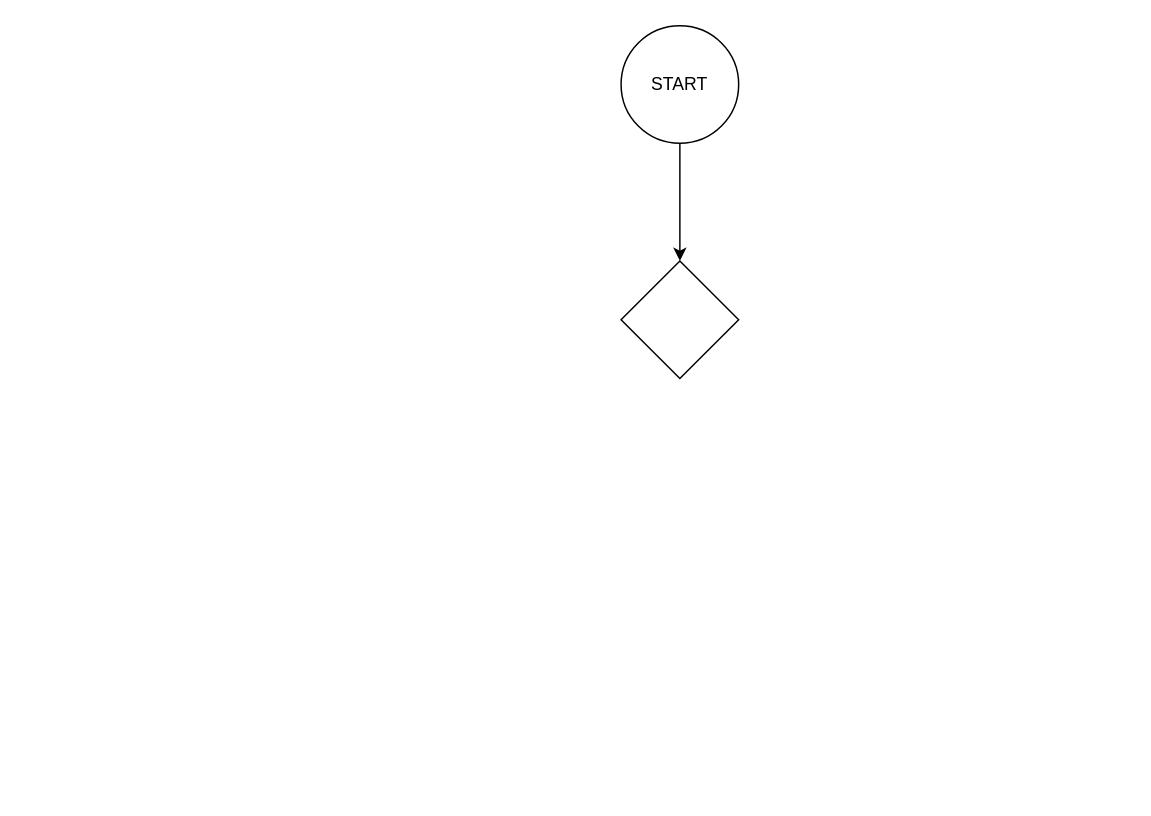
This is Assignments/Assignment02_Mastermind/Mastermind in JavaScript.drawio from pariniim/MAInD_Creative_Coding_Foundations_2025-26, a draw.io file, before an edit. Source tidied: cells renumbered, new cells numbered last; positions are measured from the earlier drawing's top-left corner, leaving out a move shared by most shapes. Both pictures are drawn from the tidied source at 147%, with x=0, y=0 at pixel (620, 25).
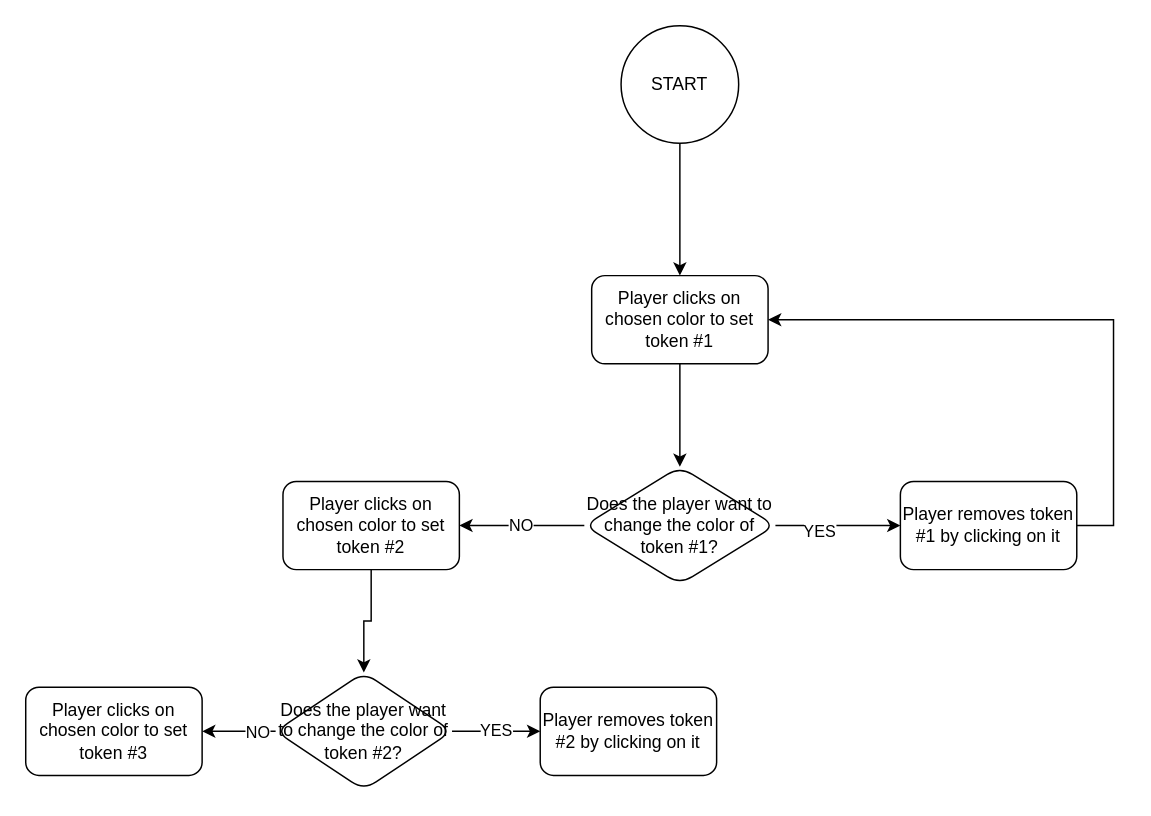
The same diagram, later.

The change refers to these unchanged cells:
```xml
<mxCell id="3" value="START" style="ellipse;whiteSpace=wrap;html=1;" parent="1" vertex="1">
  <mxGeometry width="80" height="80" as="geometry" />
</mxCell>
```

What changed in the source:
```diff
@@
-    <mxCell id="2" style="edgeStyle=orthogonalEdgeStyle;rounded=0;jettySize=auto;html=1;" parent="1" edge="1" source="3" target="4">
-      <mxGeometry relative="1" as="geometry" />
-    </mxCell>
+    <mxCell id="5" style="edgeStyle=orthogonalEdgeStyle;rounded=0;jettySize=auto;html=1;" parent="1" edge="1" source="3" target="7">
+      <mxGeometry relative="1" as="geometry" />
+    </mxCell>
@@
-    <mxCell id="4" style="rhombus;whiteSpace=wrap;html=1;" parent="1" vertex="1">
-      <mxGeometry y="160" width="80" height="80" as="geometry" />
-    </mxCell>
+    <mxCell id="6" style="edgeStyle=orthogonalEdgeStyle;rounded=0;jettySize=auto;html=1;" parent="1" edge="1" source="7" target="11">
+      <mxGeometry relative="1" as="geometry" />
+    </mxCell>
+    <mxCell id="7" value="Player clicks on chosen color to set token #1" style="rounded=1;whiteSpace=wrap;html=1;" parent="1" vertex="1">
+      <mxGeometry x="-20" y="170" width="120" height="60" as="geometry" />
+    </mxCell>
+    <mxCell id="8" value="NO" style="edgeStyle=orthogonalEdgeStyle;rounded=0;jettySize=auto;html=1;" parent="1" edge="1" source="11" target="13">
+      <mxGeometry relative="1" as="geometry" />
+    </mxCell>
+    <mxCell id="9" style="edgeStyle=orthogonalEdgeStyle;rounded=0;jettySize=auto;html=1;" parent="1" edge="1" source="11" target="15">
+      <mxGeometry relative="1" as="geometry" />
+    </mxCell>
+    <mxCell id="10" value="YES" style="edgeLabel;html=1;align=center;verticalAlign=middle;" parent="9" vertex="1">
+      <mxGeometry x="-0.32" y="-3" relative="1" as="geometry" />
+    </mxCell>
+    <mxCell id="11" value="Does the player want to change the color of token #1?" style="rhombus;whiteSpace=wrap;html=1;rounded=1;" parent="1" vertex="1">
+      <mxGeometry x="-25" y="300" width="130" height="80" as="geometry" />
+    </mxCell>
+    <mxCell id="12" style="edgeStyle=orthogonalEdgeStyle;rounded=0;jettySize=auto;html=1;" parent="1" edge="1" source="13" target="19">
+      <mxGeometry relative="1" as="geometry" />
+    </mxCell>
+    <mxCell id="13" value="Player clicks on chosen color to set token #2" style="rounded=1;whiteSpace=wrap;html=1;" parent="1" vertex="1">
+      <mxGeometry x="-230" y="310" width="120" height="60" as="geometry" />
+    </mxCell>
+    <mxCell id="14" style="edgeStyle=orthogonalEdgeStyle;rounded=0;jettySize=auto;html=1;entryX=1;entryY=0.5;entryDx=0;entryDy=0;" parent="1" edge="1" source="15" target="7">
+      <mxGeometry relative="1" as="geometry">
+        <Array as="points">
+          <mxPoint x="335" y="340" />
+          <mxPoint x="335" y="200" />
+        </Array>
+      </mxGeometry>
+    </mxCell>
+    <mxCell id="15" value="Player removes token #1 by clicking on it" style="whiteSpace=wrap;html=1;rounded=1;" parent="1" vertex="1">
+      <mxGeometry x="190" y="310" width="120" height="60" as="geometry" />
+    </mxCell>
+    <mxCell id="16" style="edgeStyle=orthogonalEdgeStyle;rounded=0;jettySize=auto;html=1;" parent="1" edge="1" source="19" target="20">
+      <mxGeometry relative="1" as="geometry" />
+    </mxCell>
+    <mxCell id="17" value="NO" style="edgeLabel;html=1;align=center;verticalAlign=middle;" parent="16" vertex="1">
+      <mxGeometry x="-0.47" relative="1" as="geometry" />
+    </mxCell>
+    <mxCell id="18" value="YES" style="edgeStyle=orthogonalEdgeStyle;rounded=0;jettySize=auto;html=1;" parent="1" edge="1" source="19" target="21">
+      <mxGeometry relative="1" as="geometry" />
+    </mxCell>
+    <mxCell id="19" value="Does the player want to change the color of token #2?" style="rhombus;whiteSpace=wrap;html=1;rounded=1;" parent="1" vertex="1">
+      <mxGeometry x="-235" y="440" width="120" height="80" as="geometry" />
+    </mxCell>
+    <mxCell id="20" value="Player clicks on chosen color to set token #3" style="rounded=1;whiteSpace=wrap;html=1;" parent="1" vertex="1">
+      <mxGeometry x="-405" y="450" width="120" height="60" as="geometry" />
+    </mxCell>
+    <mxCell id="21" value="Player removes token #2 by clicking on it" style="whiteSpace=wrap;html=1;rounded=1;" parent="1" vertex="1">
+      <mxGeometry x="-55" y="450" width="120" height="60" as="geometry" />
+    </mxCell>
```
